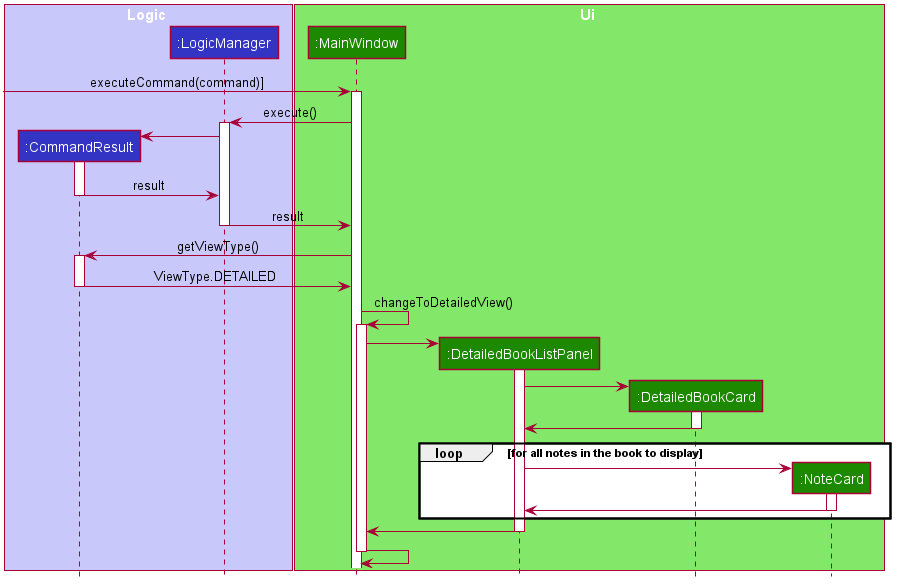
The PlantUML diagram docs/images/ViewSwitchingSequenceDiagram.png in pennhanlee/tp, before a commit.
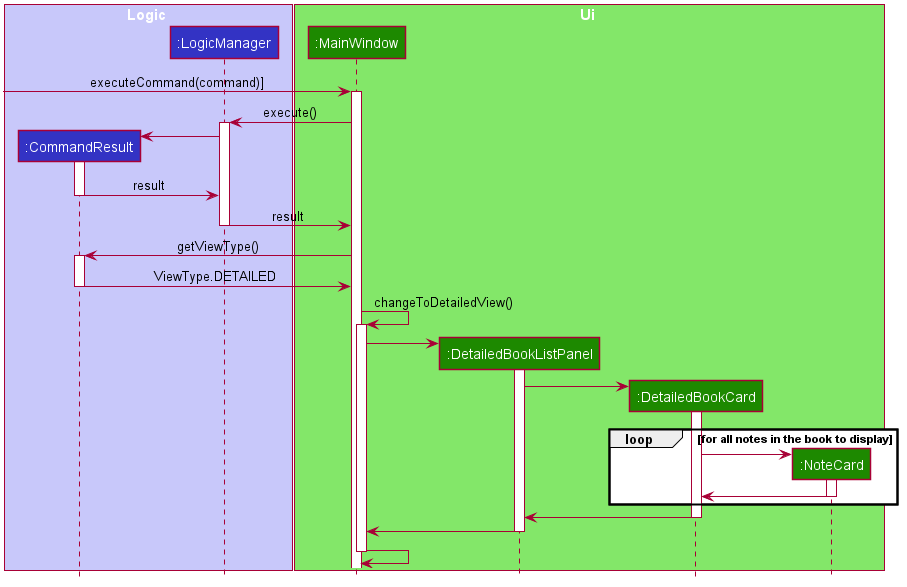
The same diagram one commit later.

Diff of the diagram source:
```diff
@@ -93,16 +93,16 @@
 create DetailedBookCard
 DetailedBookListPanel -> DetailedBookCard
 activate DetailedBookCard
+loop for all notes in the book to display
+    create NoteCard
+    DetailedBookCard -> NoteCard
+    activate NoteCard
+    NoteCard -> DetailedBookCard
+    deactivate NoteCard
+end
+
 DetailedBookCard -> DetailedBookListPanel
 deactivate DetailedBookCard
-
-loop for all notes in the book to display
-    create NoteCard
-    DetailedBookListPanel -> NoteCard
-    activate NoteCard
-    NoteCard -> DetailedBookListPanel
-    deactivate NoteCard
-end
 
 DetailedBookListPanel -> MainWindow
 deactivate DetailedBookListPanel
```
